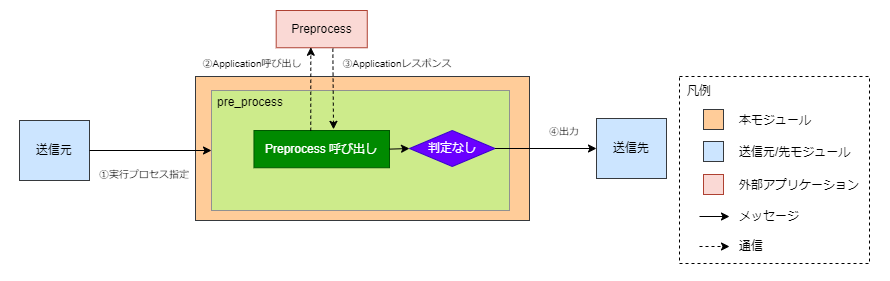
Before: docs/img/usecase1_diagram.drawio.png, a diagram exported from draw.io (Project-GAUDI/ApplicationController). Source tidied: cells renumbered, new cells last; positions are measured from the earlier drawing's top-left corner, leaving out a move shared by most shapes.
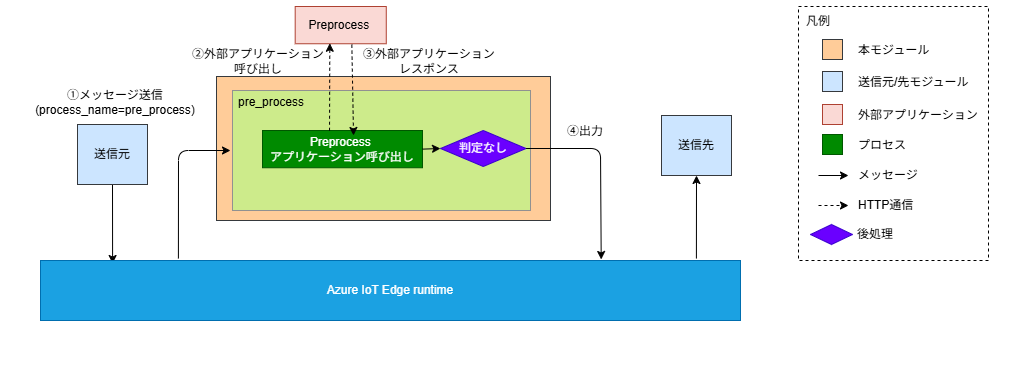
After the change.

The edit, as a diff of the source:
```diff
@@ -3,103 +3,130 @@
     <mxCell id="0" />
     <mxCell id="1" parent="0" />
     <mxCell id="2" value="&lt;p style=&quot;line-height: 200%&quot;&gt;&lt;/p&gt;&lt;div style=&quot;text-align: left&quot;&gt;zｚｚ&lt;/div&gt;&lt;p&gt;&lt;/p&gt;" style="rounded=0;whiteSpace=wrap;html=1;fillColor=#FFFFFF;strokeColor=none;" parent="1" vertex="1">
-      <mxGeometry width="889" height="280" as="geometry" />
+      <mxGeometry x="-21" width="1010" height="370" as="geometry" />
     </mxCell>
     <mxCell id="3" style="rounded=0;whiteSpace=wrap;html=1;fillColor=#ffcc99;strokeColor=#36393d;imageAspect=1;" parent="1" vertex="1">
       <mxGeometry x="195" y="76" width="334" height="144" as="geometry" />
     </mxCell>
-    <mxCell id="4" value="&lt;font color=&quot;#000000&quot; style=&quot;line-height: 250%&quot;&gt;&lt;br&gt;&lt;/font&gt;" style="rounded=0;whiteSpace=wrap;dashed=1;strokeColor=#000000;spacing=0;spacingTop=35;labelBackgroundColor=none;align=left;html=1;fillColor=none;spacingLeft=60;" parent="1" vertex="1">
-      <mxGeometry x="679" y="76" width="190" height="187" as="geometry" />
-    </mxCell>
-    <mxCell id="5" value="&lt;font color=&quot;#000000&quot;&gt;&lt;span style=&quot;line-height: 210%&quot;&gt;凡例&lt;/span&gt;&lt;/font&gt;&lt;font color=&quot;#000000&quot;&gt;&lt;br&gt;&lt;/font&gt;" style="rounded=0;whiteSpace=wrap;dashed=1;spacing=0;spacingTop=0;labelBackgroundColor=none;align=left;html=1;fillColor=none;strokeColor=none;" parent="1" vertex="1">
-      <mxGeometry x="687" y="79" width="32" height="24" as="geometry" />
-    </mxCell>
-    <mxCell id="6" style="rounded=0;whiteSpace=wrap;html=1;fillColor=#ffcc99;strokeColor=#36393d;" parent="1" vertex="1">
-      <mxGeometry x="703" y="109" width="20" height="20" as="geometry" />
-    </mxCell>
-    <mxCell id="7" style="rounded=0;orthogonalLoop=1;jettySize=auto;html=1;strokeColor=#000000;" parent="1" edge="1">
-      <mxGeometry relative="1" as="geometry">
-        <mxPoint x="699" y="216" as="sourcePoint" />
-        <mxPoint x="729" y="216" as="targetPoint" />
-      </mxGeometry>
-    </mxCell>
-    <mxCell id="8" value="&lt;font style=&quot;font-size: 10px&quot;&gt;①実行プロセス指定&lt;br&gt;&lt;/font&gt;" style="text;html=1;strokeColor=none;fillColor=none;align=center;verticalAlign=middle;whiteSpace=wrap;rounded=0;fontColor=#000000;" parent="1" vertex="1">
-      <mxGeometry x="97" y="160" width="93.8" height="27" as="geometry" />
+    <mxCell id="8" value="&lt;font style=&quot;&quot;&gt;&lt;font&gt;①メッセージ送信&lt;/font&gt;&lt;br&gt;&lt;/font&gt;&lt;div&gt;&lt;font style=&quot;&quot;&gt;&lt;font&gt;(process_name=pre_process)&lt;/font&gt;&lt;/font&gt;&lt;/div&gt;" style="text;html=1;strokeColor=none;fillColor=none;align=center;verticalAlign=middle;whiteSpace=wrap;rounded=0;fontColor=#000000;" parent="1" vertex="1">
+      <mxGeometry x="44" y="88" width="100" height="27" as="geometry" />
     </mxCell>
-    <mxCell id="9" value="&lt;font style=&quot;font-size: 10px&quot;&gt;②Application呼び出し&lt;/font&gt;" style="text;html=1;strokeColor=none;fillColor=none;align=center;verticalAlign=middle;whiteSpace=wrap;rounded=0;fontColor=#000000;" parent="1" vertex="1">
-      <mxGeometry x="199" y="49" width="105.7" height="27" as="geometry" />
+    <mxCell id="9" value="&lt;font&gt;②外部アプリケーション&lt;/font&gt;&lt;div&gt;&lt;font&gt;呼び出し&lt;/font&gt;&lt;/div&gt;" style="text;html=1;strokeColor=none;fillColor=none;align=center;verticalAlign=middle;whiteSpace=wrap;rounded=0;fontColor=#000000;" parent="1" vertex="1">
+      <mxGeometry x="169" y="47" width="135.7" height="27" as="geometry" />
     </mxCell>
-    <mxCell id="10" value="&lt;font style=&quot;font-size: 10px&quot;&gt;③Applicationレスポンス&lt;/font&gt;" style="text;html=1;strokeColor=none;fillColor=none;align=center;verticalAlign=middle;whiteSpace=wrap;rounded=0;fontColor=#000000;" parent="1" vertex="1">
-      <mxGeometry x="337" y="49" width="120" height="27" as="geometry" />
+    <mxCell id="10" value="&lt;font&gt;③外部アプリケーションレスポンス&lt;/font&gt;" style="text;html=1;strokeColor=none;fillColor=none;align=center;verticalAlign=middle;whiteSpace=wrap;rounded=0;fontColor=#000000;" parent="1" vertex="1">
+      <mxGeometry x="337" y="47" width="142" height="27" as="geometry" />
     </mxCell>
-    <mxCell id="11" value="&lt;font style=&quot;font-size: 10px&quot;&gt;④出力&lt;/font&gt;" style="text;html=1;strokeColor=none;fillColor=none;align=center;verticalAlign=middle;whiteSpace=wrap;rounded=0;fontColor=#000000;" parent="1" vertex="1">
+    <mxCell id="11" value="&lt;font&gt;④出力&lt;/font&gt;" style="text;html=1;strokeColor=none;fillColor=none;align=center;verticalAlign=middle;whiteSpace=wrap;rounded=0;fontColor=#000000;" parent="1" vertex="1">
       <mxGeometry x="539" y="117" width="50" height="27" as="geometry" />
     </mxCell>
+    <mxCell id="32" style="edgeStyle=none;html=1;exitX=0.5;exitY=1;exitDx=0;exitDy=0;entryX=0.103;entryY=0.05;entryDx=0;entryDy=0;entryPerimeter=0;" parent="1" edge="1" source="12" target="46">
+      <mxGeometry relative="1" as="geometry" />
+    </mxCell>
     <mxCell id="12" value="送信元" style="rounded=0;whiteSpace=wrap;html=1;fillColor=#cce5ff;strokeColor=#36393d;fontColor=#000000;" parent="1" vertex="1">
-      <mxGeometry x="19" y="120" width="70" height="60" as="geometry" />
+      <mxGeometry x="56" y="124" width="70" height="60" as="geometry" />
     </mxCell>
     <mxCell id="13" value="送信先" style="rounded=0;whiteSpace=wrap;html=1;fillColor=#cce5ff;strokeColor=#36393d;fontColor=#000000;" parent="1" vertex="1">
-      <mxGeometry x="596" y="118" width="70" height="60" as="geometry" />
+      <mxGeometry x="640" y="115" width="70" height="60" as="geometry" />
     </mxCell>
     <mxCell id="14" style="rounded=0;whiteSpace=wrap;html=1;labelBackgroundColor=none;labelBorderColor=#919191;fontSize=9;fillColor=#cdeb8b;strokeColor=#919191;" parent="1" vertex="1">
       <mxGeometry x="211" y="90" width="298" height="120" as="geometry" />
     </mxCell>
-    <mxCell id="15" value="&lt;font color=&quot;#000000&quot;&gt;Preprocess&lt;/font&gt;" style="rounded=0;whiteSpace=wrap;html=1;fontSize=12;fillColor=#fad9d5;strokeColor=#ae4132;" parent="1" vertex="1">
-      <mxGeometry x="275.7" y="10" width="91.1" height="37.2" as="geometry" />
+    <mxCell id="15" value="&lt;font style=&quot;color: rgb(0, 0, 0);&quot;&gt;Preprocess&amp;nbsp;&lt;/font&gt;" style="rounded=0;whiteSpace=wrap;html=1;fontSize=12;fillColor=#fad9d5;strokeColor=#ae4132;" parent="1" vertex="1">
+      <mxGeometry x="273.7" y="6" width="91.1" height="37.2" as="geometry" />
     </mxCell>
     <mxCell id="16" value="pre_process" style="text;html=1;strokeColor=none;fillColor=none;align=left;verticalAlign=middle;whiteSpace=wrap;rounded=0;fontColor=#000000;" parent="1" vertex="1">
       <mxGeometry x="215" y="88" width="93.8" height="27" as="geometry" />
     </mxCell>
-    <mxCell id="17" value="&lt;font color=&quot;#000000&quot;&gt;&lt;span style=&quot;line-height: 210%&quot;&gt;本モジュール&lt;/span&gt;&lt;/font&gt;&lt;font color=&quot;#000000&quot;&gt;&lt;br&gt;&lt;/font&gt;" style="rounded=0;whiteSpace=wrap;dashed=1;spacing=0;spacingTop=0;labelBackgroundColor=none;align=left;html=1;fillColor=none;strokeColor=none;" parent="1" vertex="1">
-      <mxGeometry x="739" y="108" width="120" height="24" as="geometry" />
-    </mxCell>
-    <mxCell id="18" value="&lt;font color=&quot;#000000&quot;&gt;&lt;span style=&quot;line-height: 210%&quot;&gt;メッセージ&lt;/span&gt;&lt;/font&gt;&lt;font color=&quot;#000000&quot;&gt;&lt;br&gt;&lt;/font&gt;" style="rounded=0;whiteSpace=wrap;dashed=1;spacing=0;spacingTop=0;labelBackgroundColor=none;align=left;html=1;fillColor=none;strokeColor=none;" parent="1" vertex="1">
-      <mxGeometry x="739" y="204" width="120" height="24" as="geometry" />
-    </mxCell>
-    <mxCell id="19" style="rounded=0;orthogonalLoop=1;jettySize=auto;html=1;strokeColor=#000000;dashed=1;" parent="1" edge="1">
-      <mxGeometry relative="1" as="geometry">
-        <mxPoint x="699" y="246" as="sourcePoint" />
-        <mxPoint x="729" y="246" as="targetPoint" />
-      </mxGeometry>
-    </mxCell>
-    <mxCell id="20" value="&lt;font color=&quot;#000000&quot;&gt;通信&lt;br&gt;&lt;/font&gt;" style="rounded=0;whiteSpace=wrap;dashed=1;spacing=0;spacingTop=0;labelBackgroundColor=none;align=left;html=1;fillColor=none;strokeColor=none;" parent="1" vertex="1">
-      <mxGeometry x="739" y="234" width="120" height="24" as="geometry" />
-    </mxCell>
-    <mxCell id="21" value="&lt;font color=&quot;#000000&quot;&gt;送信元/先モジュール&lt;br&gt;&lt;/font&gt;" style="rounded=0;whiteSpace=wrap;dashed=1;spacing=0;spacingTop=0;labelBackgroundColor=none;align=left;html=1;fillColor=none;strokeColor=none;" parent="1" vertex="1">
-      <mxGeometry x="739" y="140" width="120" height="24" as="geometry" />
-    </mxCell>
-    <mxCell id="22" style="rounded=0;whiteSpace=wrap;html=1;fillColor=#cce5ff;strokeColor=#36393d;fontColor=#000000;" parent="1" vertex="1">
-      <mxGeometry x="703" y="141" width="20" height="20" as="geometry" />
-    </mxCell>
-    <mxCell id="23" style="rounded=0;whiteSpace=wrap;html=1;fillColor=#fad9d5;strokeColor=#ae4132;fontColor=default;" parent="1" vertex="1">
-      <mxGeometry x="703" y="174" width="20" height="20" as="geometry" />
-    </mxCell>
-    <mxCell id="24" value="&lt;font color=&quot;#000000&quot;&gt;外部アプリケーション&lt;br&gt;&lt;/font&gt;" style="rounded=0;whiteSpace=wrap;dashed=1;spacing=0;spacingTop=0;labelBackgroundColor=none;align=left;html=1;fillColor=none;strokeColor=none;" parent="1" vertex="1">
-      <mxGeometry x="739" y="173" width="120" height="24" as="geometry" />
-    </mxCell>
-    <mxCell id="25" value="&lt;font&gt;Preprocess 呼び出し&lt;br&gt;&lt;/font&gt;" style="rounded=0;whiteSpace=wrap;html=1;fontSize=12;fillColor=#008a00;strokeColor=#005700;fontColor=#FFFFFF;" parent="1" vertex="1">
-      <mxGeometry x="253.5" y="130" width="135.5" height="37.2" as="geometry" />
+    <mxCell id="25" value="&lt;font&gt;&lt;font style=&quot;color: rgb(255, 255, 255);&quot;&gt;Preprocess&amp;nbsp;&lt;/font&gt;&lt;/font&gt;&lt;div&gt;&lt;font&gt;&lt;font style=&quot;color: rgb(255, 255, 255);&quot;&gt;アプリケーション呼び出し&lt;/font&gt;&lt;br&gt;&lt;/font&gt;&lt;/div&gt;" style="rounded=0;whiteSpace=wrap;html=1;fontSize=12;fillColor=#008a00;strokeColor=#005700;fontColor=#FFFFFF;" parent="1" vertex="1">
+      <mxGeometry x="241" y="130" width="160" height="37.2" as="geometry" />
     </mxCell>
     <mxCell id="26" value="判定なし" style="rhombus;whiteSpace=wrap;html=1;fontSize=12;fontColor=#ffffff;fillColor=#6a00ff;strokeColor=#3700CC;" parent="1" vertex="1">
-      <mxGeometry x="409" y="130" width="85.5" height="36" as="geometry" />
+      <mxGeometry x="419" y="130" width="85.5" height="36" as="geometry" />
     </mxCell>
     <mxCell id="27" style="edgeStyle=none;html=1;exitX=1;exitY=0.5;exitDx=0;exitDy=0;fontColor=#000000;strokeColor=#000000;entryX=0;entryY=0.5;entryDx=0;entryDy=0;rounded=0;" parent="1" edge="1" source="25" target="26">
       <mxGeometry relative="1" as="geometry" />
     </mxCell>
-    <mxCell id="28" style="edgeStyle=none;html=1;exitX=1;exitY=0.5;exitDx=0;exitDy=0;fontColor=#000000;strokeColor=#000000;entryX=0;entryY=0.5;entryDx=0;entryDy=0;rounded=0;" parent="1" edge="1" source="12" target="14">
-      <mxGeometry relative="1" as="geometry" />
-    </mxCell>
     <mxCell id="29" style="edgeStyle=none;html=1;exitX=0.419;exitY=0.006;exitDx=0;exitDy=0;fontColor=#000000;strokeColor=#000000;entryX=0.38;entryY=0.987;entryDx=0;entryDy=0;rounded=0;entryPerimeter=0;exitPerimeter=0;dashed=1;" parent="1" edge="1" source="25" target="15">
       <mxGeometry relative="1" as="geometry" />
     </mxCell>
-    <mxCell id="30" style="edgeStyle=none;html=1;exitX=0.622;exitY=1.024;exitDx=0;exitDy=0;fontColor=#000000;strokeColor=#000000;entryX=0.587;entryY=-0.031;entryDx=0;entryDy=0;rounded=0;entryPerimeter=0;exitPerimeter=0;dashed=1;" parent="1" edge="1" source="15" target="25">
+    <mxCell id="30" style="edgeStyle=none;html=1;exitX=0.622;exitY=1.024;exitDx=0;exitDy=0;fontColor=#000000;strokeColor=#000000;rounded=0;exitPerimeter=0;dashed=1;entryX=0.569;entryY=0.134;entryDx=0;entryDy=0;entryPerimeter=0;" parent="1" edge="1" source="15" target="25">
       <mxGeometry relative="1" as="geometry" />
     </mxCell>
-    <mxCell id="31" style="edgeStyle=none;html=1;exitX=1;exitY=0.5;exitDx=0;exitDy=0;fontColor=#000000;strokeColor=#000000;entryX=0;entryY=0.5;entryDx=0;entryDy=0;rounded=0;" parent="1" edge="1">
-      <mxGeometry relative="1" as="geometry">
-        <mxPoint x="494.5" y="148" as="sourcePoint" />
-        <mxPoint x="596" y="148" as="targetPoint" />
-      </mxGeometry>
-    </mxCell>
+    <mxCell id="33" value="&lt;font color=&quot;#000000&quot; style=&quot;line-height: 250%&quot;&gt;&lt;br&gt;&lt;/font&gt;" style="rounded=0;whiteSpace=wrap;dashed=1;strokeColor=#000000;spacing=0;spacingTop=35;labelBackgroundColor=none;align=left;html=1;fillColor=none;spacingLeft=60;" parent="1" vertex="1">
+      <mxGeometry x="777" y="6" width="190" height="254" as="geometry" />
+    </mxCell>
+    <mxCell id="5" value="&lt;font color=&quot;#000000&quot;&gt;&lt;span style=&quot;line-height: 210%&quot;&gt;凡例&lt;/span&gt;&lt;/font&gt;&lt;font color=&quot;#000000&quot;&gt;&lt;br&gt;&lt;/font&gt;" style="rounded=0;whiteSpace=wrap;dashed=1;spacing=0;spacingTop=0;labelBackgroundColor=none;align=left;html=1;fillColor=none;strokeColor=none;" parent="1" vertex="1">
+      <mxGeometry x="785" y="9" width="32" height="24" as="geometry" />
+    </mxCell>
+    <mxCell id="34" style="rounded=0;whiteSpace=wrap;html=1;fillColor=#ffcc99;strokeColor=#36393d;" parent="1" vertex="1">
+      <mxGeometry x="801" y="39" width="20" height="20" as="geometry" />
+    </mxCell>
+    <mxCell id="35" style="rounded=0;orthogonalLoop=1;jettySize=auto;html=1;strokeColor=#000000;" parent="1" edge="1">
+      <mxGeometry relative="1" as="geometry">
+        <mxPoint x="797" y="175" as="sourcePoint" />
+        <mxPoint x="827" y="175" as="targetPoint" />
+      </mxGeometry>
+    </mxCell>
+    <mxCell id="17" value="&lt;font color=&quot;#000000&quot;&gt;&lt;span style=&quot;line-height: 210%&quot;&gt;本モジュール&lt;/span&gt;&lt;/font&gt;&lt;font color=&quot;#000000&quot;&gt;&lt;br&gt;&lt;/font&gt;" style="rounded=0;whiteSpace=wrap;dashed=1;spacing=0;spacingTop=0;labelBackgroundColor=none;align=left;html=1;fillColor=none;strokeColor=none;" parent="1" vertex="1">
+      <mxGeometry x="837" y="38" width="120" height="24" as="geometry" />
+    </mxCell>
+    <mxCell id="18" value="&lt;font color=&quot;#000000&quot;&gt;&lt;span style=&quot;line-height: 210%&quot;&gt;メッセージ&lt;/span&gt;&lt;/font&gt;&lt;font color=&quot;#000000&quot;&gt;&lt;br&gt;&lt;/font&gt;" style="rounded=0;whiteSpace=wrap;dashed=1;spacing=0;spacingTop=0;labelBackgroundColor=none;align=left;html=1;fillColor=none;strokeColor=none;" parent="1" vertex="1">
+      <mxGeometry x="837" y="163" width="120" height="24" as="geometry" />
+    </mxCell>
+    <mxCell id="36" style="rounded=0;orthogonalLoop=1;jettySize=auto;html=1;strokeColor=#000000;dashed=1;" parent="1" edge="1">
+      <mxGeometry relative="1" as="geometry">
+        <mxPoint x="797" y="205" as="sourcePoint" />
+        <mxPoint x="827" y="205" as="targetPoint" />
+      </mxGeometry>
+    </mxCell>
+    <mxCell id="37" value="&lt;font color=&quot;#000000&quot;&gt;HTTP通信&lt;br&gt;&lt;/font&gt;" style="rounded=0;whiteSpace=wrap;dashed=1;spacing=0;spacingTop=0;labelBackgroundColor=none;align=left;html=1;fillColor=none;strokeColor=none;" parent="1" vertex="1">
+      <mxGeometry x="837" y="193" width="120" height="24" as="geometry" />
+    </mxCell>
+    <mxCell id="21" value="&lt;font color=&quot;#000000&quot;&gt;送信元/先モジュール&lt;br&gt;&lt;/font&gt;" style="rounded=0;whiteSpace=wrap;dashed=1;spacing=0;spacingTop=0;labelBackgroundColor=none;align=left;html=1;fillColor=none;strokeColor=none;" parent="1" vertex="1">
+      <mxGeometry x="837" y="70" width="120" height="24" as="geometry" />
+    </mxCell>
+    <mxCell id="38" style="rounded=0;whiteSpace=wrap;html=1;fillColor=#cce5ff;strokeColor=#36393d;fontColor=#000000;" parent="1" vertex="1">
+      <mxGeometry x="801" y="71" width="20" height="20" as="geometry" />
+    </mxCell>
+    <mxCell id="39" style="rounded=0;whiteSpace=wrap;html=1;fillColor=#fad9d5;strokeColor=#ae4132;fontColor=default;" parent="1" vertex="1">
+      <mxGeometry x="801" y="104" width="20" height="20" as="geometry" />
+    </mxCell>
+    <mxCell id="24" value="&lt;font color=&quot;#000000&quot;&gt;外部アプリケーション&lt;br&gt;&lt;/font&gt;" style="rounded=0;whiteSpace=wrap;dashed=1;spacing=0;spacingTop=0;labelBackgroundColor=none;align=left;html=1;fillColor=none;strokeColor=none;" parent="1" vertex="1">
+      <mxGeometry x="837" y="103" width="120" height="24" as="geometry" />
+    </mxCell>
+    <mxCell id="40" style="rounded=0;whiteSpace=wrap;html=1;fillColor=light-dark(#008a00, #1f2f1e);strokeColor=light-dark(#005700,#446E2C);" parent="1" vertex="1">
+      <mxGeometry x="801" y="134" width="20" height="20" as="geometry" />
+    </mxCell>
+    <mxCell id="41" value="&lt;font color=&quot;#000000&quot;&gt;プロセス&lt;/font&gt;" style="rounded=0;whiteSpace=wrap;dashed=1;spacing=0;spacingTop=0;labelBackgroundColor=none;align=left;html=1;fillColor=none;strokeColor=none;" parent="1" vertex="1">
+      <mxGeometry x="837" y="133" width="120" height="24" as="geometry" />
+    </mxCell>
+    <mxCell id="42" style="rhombus;whiteSpace=wrap;html=1;fontSize=12;fontColor=#ffffff;fillColor=#6a00ff;strokeColor=#3700CC;" parent="1" vertex="1">
+      <mxGeometry x="789" y="224" width="42" height="20" as="geometry" />
+    </mxCell>
+    <mxCell id="43" value="後処理" style="rounded=0;whiteSpace=wrap;dashed=1;spacing=0;spacingTop=0;labelBackgroundColor=none;align=left;html=1;fillColor=none;strokeColor=none;" parent="1" vertex="1">
+      <mxGeometry x="836" y="222" width="120" height="24" as="geometry" />
+    </mxCell>
+    <mxCell id="44" style="edgeStyle=none;html=1;exitX=0.937;exitY=-0.033;exitDx=0;exitDy=0;entryX=0.5;entryY=1;entryDx=0;entryDy=0;exitPerimeter=0;" parent="1" edge="1" source="46" target="13">
+      <mxGeometry relative="1" as="geometry" />
+    </mxCell>
+    <mxCell id="45" style="edgeStyle=none;html=1;exitX=0.197;exitY=-0.033;exitDx=0;exitDy=0;exitPerimeter=0;" parent="1" edge="1" source="46">
+      <mxGeometry relative="1" as="geometry">
+        <mxPoint x="209" y="150" as="targetPoint" />
+        <Array as="points">
+          <mxPoint x="157" y="150" />
+        </Array>
+      </mxGeometry>
+    </mxCell>
+    <mxCell id="46" value="Azure IoT Edge runtime" style="rounded=0;whiteSpace=wrap;html=1;fillColor=#1ba1e2;strokeColor=#006EAF;fontColor=#ffffff;" parent="1" vertex="1">
+      <mxGeometry x="19" y="260" width="700" height="60" as="geometry" />
+    </mxCell>
+    <mxCell id="47" style="edgeStyle=none;html=1;exitX=1;exitY=0.5;exitDx=0;exitDy=0;entryX=0.801;entryY=-0.017;entryDx=0;entryDy=0;entryPerimeter=0;" parent="1" edge="1" source="26" target="46">
+      <mxGeometry relative="1" as="geometry">
+        <Array as="points">
+          <mxPoint x="579" y="148" />
+        </Array>
+      </mxGeometry>
+    </mxCell>
   </root>
 </mxGraphModel>
```
